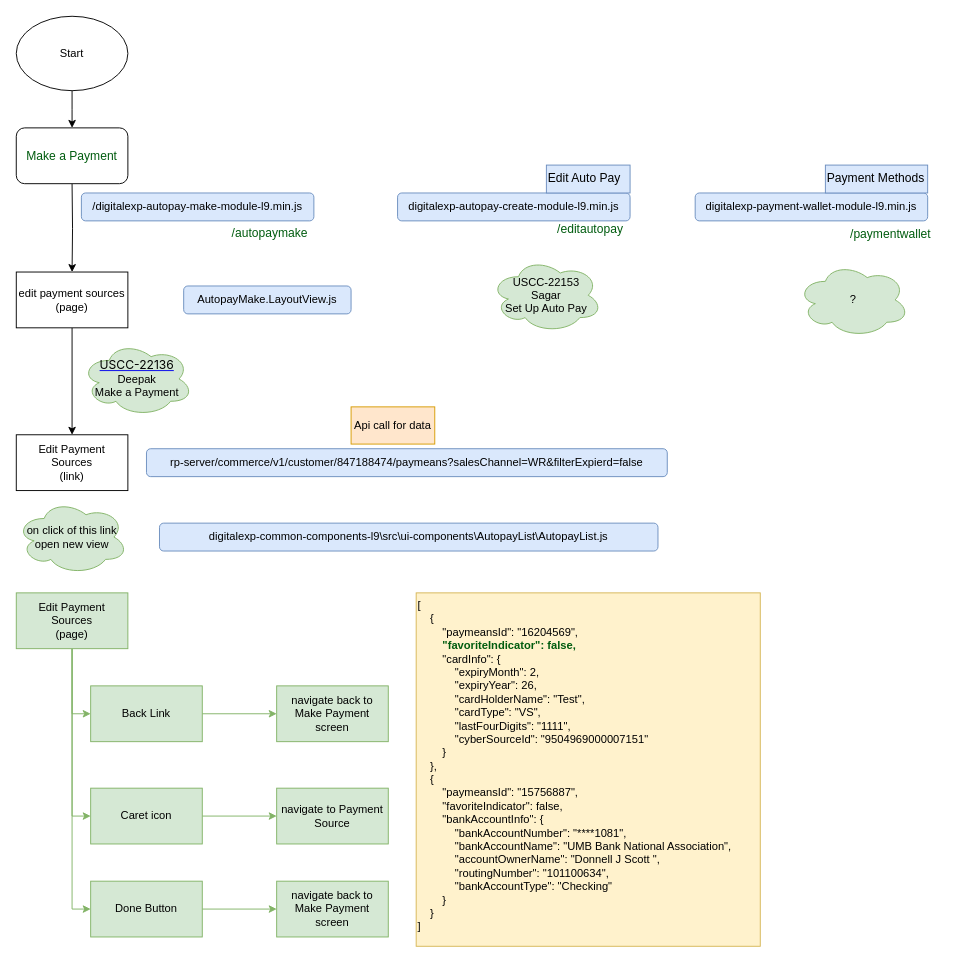
This is USCC-22138.drawio from PratikBali/flowchart, a draw.io file, before an edit. Source tidied: cells renumbered, new cells numbered last; positions are measured from the earlier drawing's top-left corner, leaving out a move shared by most shapes. Both pictures are drawn from the tidied source at 93%, with x=0, y=0 at pixel (16, 16).
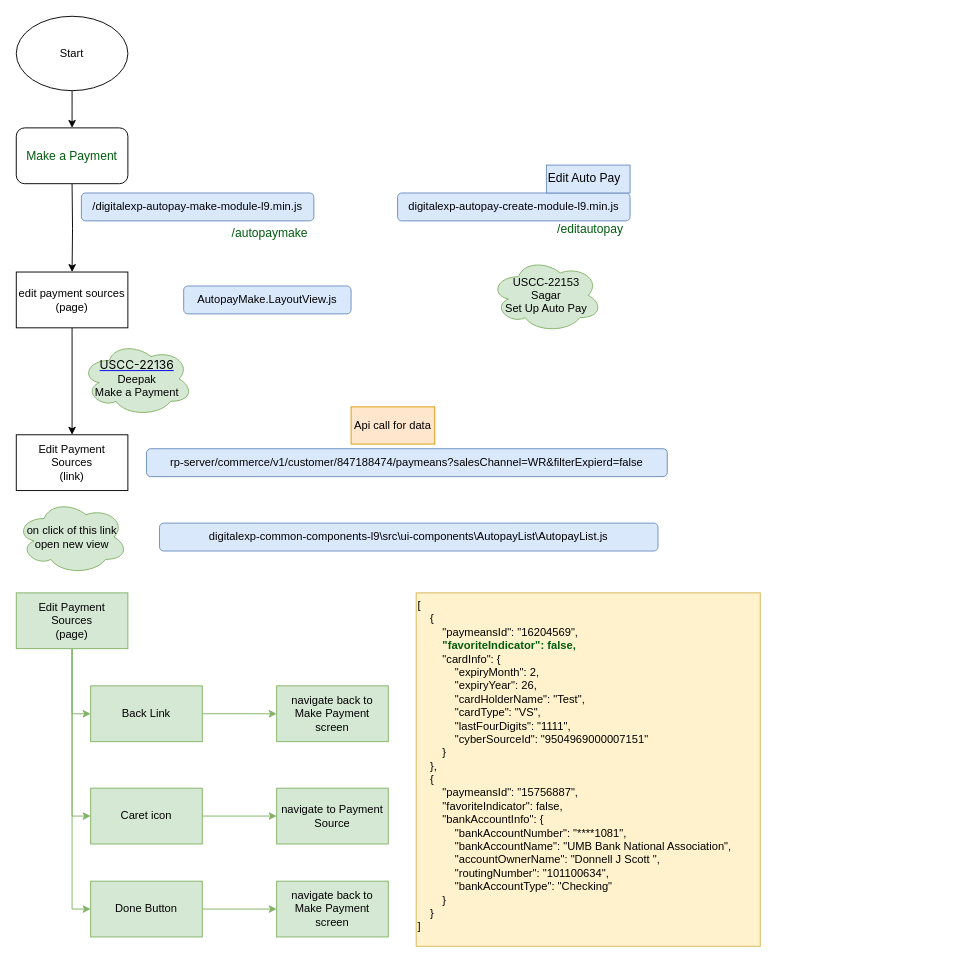
The same diagram, later.

What changed in the source:
```diff
@@
-    <mxCell id="30" value="digitalexp-payment-wallet-module-l9.min.js" style="rounded=1;whiteSpace=wrap;html=1;labelBackgroundColor=none;fillColor=#dae8fc;strokeColor=#6c8ebf;" parent="1" vertex="1">
-      <mxGeometry x="730" y="190" width="250" height="30" as="geometry" />
-    </mxCell>
@@
-    <mxCell id="34" value="/paymentwallet" style="text;whiteSpace=wrap;html=1;fontSize=13;fontColor=#005C0F;" parent="1" vertex="1">
-      <mxGeometry x="895" y="220" width="120" height="40" as="geometry" />
-    </mxCell>
@@
-    <mxCell id="36" value="Payment Methods" style="text;whiteSpace=wrap;html=1;fontSize=13;fillColor=#dae8fc;strokeColor=#6c8ebf;" parent="1" vertex="1">
-      <mxGeometry x="870" y="160" width="110" height="30" as="geometry" />
-    </mxCell>
@@
-    <mxCell id="38" value="?" style="ellipse;shape=cloud;whiteSpace=wrap;html=1;rounded=0;labelBackgroundColor=none;fillColor=#d5e8d4;strokeColor=#82b366;" parent="1" vertex="1">
-      <mxGeometry x="840" y="265" width="120" height="80" as="geometry" />
-    </mxCell>
```
